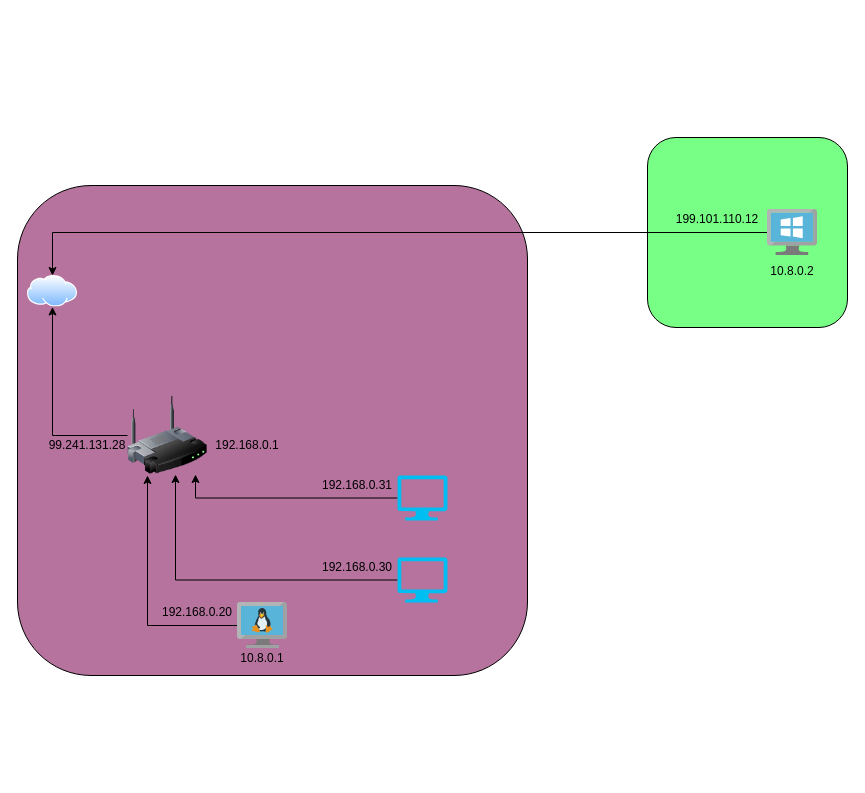
Above: src/HomeVpn.drawio in smstong/drawit (draw.io), before the change. Source tidied: cells renumbered, new cells numbered last; positions are measured from the earlier drawing's top-left corner, leaving out a move shared by most shapes. Both pictures are drawn from the tidied source at 100%, with x=0, y=0 at pixel (17, 137).
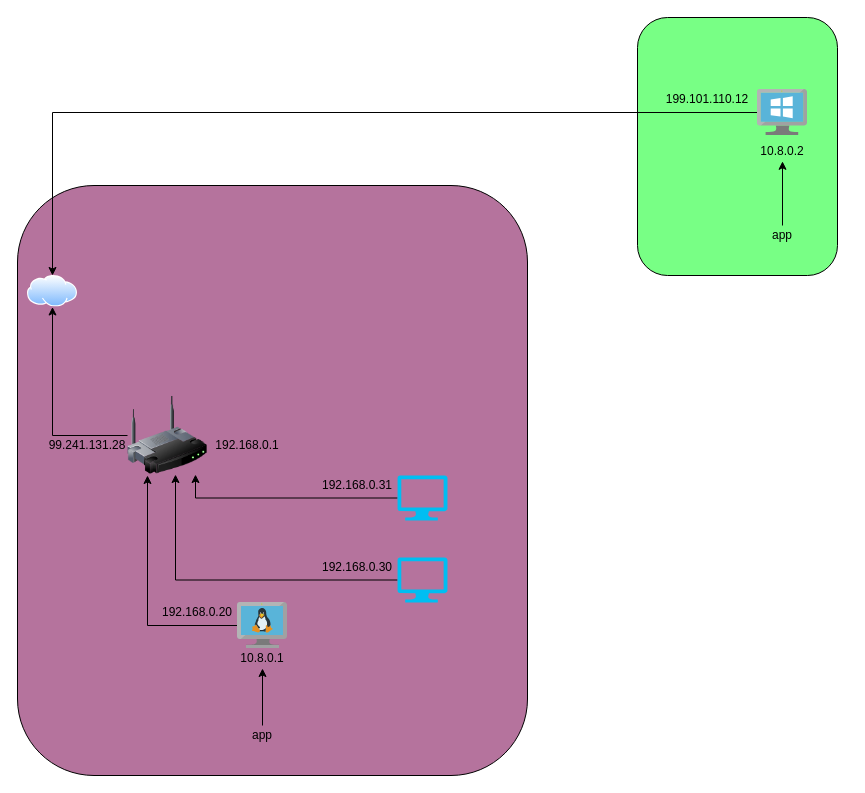
After the change.

Unchanged cells that the change refers to:
```xml
<mxCell id="15" value="10.8.0.1" style="text;html=1;strokeColor=none;fillColor=none;align=center;verticalAlign=middle;whiteSpace=wrap;rounded=0;" parent="1" vertex="1">
  <mxGeometry x="225" y="511" width="40" height="20" as="geometry" />
</mxCell>
```

What changed in the source:
```diff
@@
     <mxCell id="2" style="rounded=1;whiteSpace=wrap;html=1;fillColor=#78FF85;" parent="1" vertex="1">
-      <mxGeometry x="630" width="200" height="190" as="geometry" />
+      <mxGeometry x="620" y="-120" width="200" height="258" as="geometry" />
     </mxCell>
     <mxCell id="3" style="rounded=1;whiteSpace=wrap;html=1;labelBackgroundColor=#78FF85;fillColor=#B5739D;" parent="1" vertex="1">
-      <mxGeometry y="48" width="510" height="490" as="geometry" />
+      <mxGeometry y="48" width="510" height="590" as="geometry" />
     </mxCell>
@@
     <mxCell id="10" style="html=1;points=[];align=center;image;fontSize=12;image=img/lib/mscae/VirtualMachineWindows.svg;" parent="1" vertex="1">
-      <mxGeometry x="750" y="72" width="50" height="46" as="geometry" />
+      <mxGeometry x="740" y="-48" width="50" height="46" as="geometry" />
     </mxCell>
@@
     <mxCell id="14" value="10.8.0.2" style="text;html=1;strokeColor=none;fillColor=none;align=center;verticalAlign=middle;whiteSpace=wrap;rounded=0;" parent="1" vertex="1">
-      <mxGeometry x="755" y="123.8" width="40" height="20" as="geometry" />
+      <mxGeometry x="745" y="3.8" width="40" height="20" as="geometry" />
     </mxCell>
@@
     <mxCell id="16" value="199.101.110.12" style="text;html=1;strokeColor=none;fillColor=none;align=center;verticalAlign=middle;whiteSpace=wrap;rounded=0;" parent="1" vertex="1">
-      <mxGeometry x="680" y="72" width="40" height="20" as="geometry" />
+      <mxGeometry x="670" y="-48" width="40" height="20" as="geometry" />
     </mxCell>
@@
+    <mxCell id="23" style="edgeStyle=orthogonalEdgeStyle;rounded=0;jettySize=auto;html=1;entryX=0.5;entryY=1;entryDx=0;entryDy=0;fontColor=#FF0080;" parent="1" edge="1" source="24" target="14">
+      <mxGeometry relative="1" as="geometry" />
+    </mxCell>
+    <mxCell id="24" value="&lt;font color=&quot;#000000&quot;&gt;app&lt;/font&gt;" style="text;html=1;strokeColor=none;fillColor=none;align=center;verticalAlign=middle;whiteSpace=wrap;rounded=0;labelBackgroundColor=#78FF85;fontColor=#FF0080;" parent="1" vertex="1">
+      <mxGeometry x="745" y="88" width="40" height="20" as="geometry" />
+    </mxCell>
+    <mxCell id="25" style="edgeStyle=orthogonalEdgeStyle;rounded=0;jettySize=auto;html=1;entryX=0.5;entryY=1;entryDx=0;entryDy=0;fontColor=#FF0080;" parent="1" edge="1" source="26" target="15">
+      <mxGeometry relative="1" as="geometry" />
+    </mxCell>
+    <mxCell id="26" value="&lt;font color=&quot;#000000&quot;&gt;app&lt;/font&gt;" style="text;html=1;strokeColor=none;fillColor=none;align=center;verticalAlign=middle;whiteSpace=wrap;rounded=0;labelBackgroundColor=none;fontColor=#FF0080;" parent="1" vertex="1">
+      <mxGeometry x="225" y="588" width="40" height="20" as="geometry" />
+    </mxCell>
```
